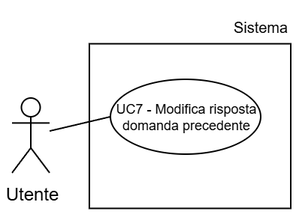
Earlier version of the draw.io export Tutti i documenti/Assets/Diagrammi/UC7.png (AtlasTeam9/Documenti). Source tidied: cells renumbered, new cells last; positions are measured from the earlier drawing's top-left corner, leaving out a move shared by most shapes.
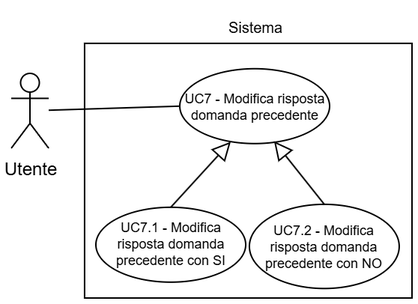
Later version of the same file.

The edit, as a diff of the source:
```diff
@@ -3,19 +3,31 @@
     <mxCell id="0" />
     <mxCell id="1" parent="0" />
     <mxCell id="2" value="Sistema" style="text;html=1;whiteSpace=wrap;strokeColor=none;fillColor=none;align=center;verticalAlign=middle;rounded=0;fontFamily=Helvetica;fontSize=10;fontColor=light-dark(#000000,#000000);labelBackgroundColor=none;" parent="1" vertex="1">
-      <mxGeometry x="144.5" width="41" height="30" as="geometry" />
+      <mxGeometry x="174.5" y="-691.3" width="41" height="30" as="geometry" />
     </mxCell>
     <mxCell id="3" style="whiteSpace=wrap;html=1;strokeColor=light-dark(#000000,#000000);align=center;verticalAlign=top;fontFamily=Helvetica;fontSize=12;fontColor=default;fillColor=light-dark(#FFFFFF,#FFFFFF);strokeWidth=1;" parent="1" vertex="1">
-      <mxGeometry x="51.5" y="26.2" width="134" height="110" as="geometry" />
+      <mxGeometry x="81.5" y="-665" width="218.5" height="170.1" as="geometry" />
     </mxCell>
     <mxCell id="4" value="&lt;font style=&quot;color: light-dark(rgb(0, 0, 0), rgb(0, 0, 0));&quot;&gt;Utente&lt;/font&gt;" style="shape=umlActor;verticalLabelPosition=bottom;verticalAlign=top;html=1;outlineConnect=0;strokeColor=light-dark(#000000,#000000);fillColor=light-dark(#FFFFFF,transparent);" parent="1" vertex="1">
-      <mxGeometry y="62.5" width="25" height="50" as="geometry" />
+      <mxGeometry x="32.5" y="-645" width="25" height="50" as="geometry" />
     </mxCell>
     <mxCell id="5" value="&lt;font style=&quot;color: light-dark(rgb(0, 0, 0), rgb(0, 0, 0)); line-height: 100%;&quot;&gt;UC7 - Modifica risposta domanda precedente&lt;/font&gt;" style="ellipse;whiteSpace=wrap;html=1;strokeColor=light-dark(#000000,#000000);align=center;verticalAlign=middle;fontFamily=Helvetica;fontSize=9;fontColor=default;fillColor=light-dark(#FFFFFF, #ffffff);" parent="1" vertex="1">
-      <mxGeometry x="65.5" y="50" width="100" height="50" as="geometry" />
+      <mxGeometry x="145" y="-648.1" width="100" height="50" as="geometry" />
     </mxCell>
     <mxCell id="6" style="rounded=0;jettySize=auto;html=1;exitX=0;exitY=0.5;exitDx=0;exitDy=0;strokeColor=light-dark(#000000,#000000);endArrow=none;endFill=0;" parent="1" edge="1" source="5" target="4">
       <mxGeometry relative="1" as="geometry" />
     </mxCell>
+    <mxCell id="7" value=" " style="endArrow=block;endFill=0;html=1;rounded=0;strokeWidth=1;entryX=0.34;entryY=0.976;entryDx=0;entryDy=0;exitX=0.5;exitY=0;exitDx=0;exitDy=0;startArrow=none;startFill=0;endSize=10;strokeColor=light-dark(#000000,#000000);entryPerimeter=0;" parent="1" edge="1" source="8" target="5">
+      <mxGeometry relative="1" as="geometry" />
+    </mxCell>
+    <mxCell id="8" value="&lt;font style=&quot;color: light-dark(rgb(0, 0, 0), rgb(0, 0, 0)); line-height: 100%;&quot;&gt;UC7.1 -&amp;nbsp;&lt;/font&gt;&lt;span&gt;&lt;font style=&quot;color: light-dark(rgb(0, 0, 0), rgb(0, 0, 0));&quot;&gt;Modifica risposta domanda precedente con SI&lt;/font&gt;&lt;/span&gt;" style="ellipse;whiteSpace=wrap;html=1;strokeColor=light-dark(#000000,#000000);align=center;verticalAlign=middle;fontFamily=Helvetica;fontSize=9;fontColor=default;fillColor=light-dark(#FFFFFF,#FFFFFF);" parent="1" vertex="1">
+      <mxGeometry x="89" y="-555.6" width="100" height="50" as="geometry" />
+    </mxCell>
+    <mxCell id="9" value="&lt;font style=&quot;color: light-dark(rgb(0, 0, 0), rgb(0, 0, 0)); line-height: 100%;&quot;&gt;UC7.2 -&amp;nbsp;&lt;/font&gt;&lt;span&gt;&lt;font style=&quot;color: light-dark(rgb(0, 0, 0), rgb(0, 0, 0));&quot;&gt;Modifica risposta domanda precedente con NO&lt;/font&gt;&lt;/span&gt;" style="ellipse;whiteSpace=wrap;html=1;strokeColor=light-dark(#000000,#000000);align=center;verticalAlign=middle;fontFamily=Helvetica;fontSize=9;fontColor=default;fillColor=light-dark(#FFFFFF,#FFFFFF);" parent="1" vertex="1">
+      <mxGeometry x="191.5" y="-557.5" width="100" height="56.2" as="geometry" />
+    </mxCell>
+    <mxCell id="10" style="endArrow=block;endFill=0;html=1;rounded=0;strokeWidth=1;entryX=0.629;entryY=0.968;entryDx=0;entryDy=0;entryPerimeter=0;exitX=0.5;exitY=0;exitDx=0;exitDy=0;startArrow=none;startFill=0;endSize=10;strokeColor=light-dark(#000000,#000000);" parent="1" edge="1" source="9" target="5">
+      <mxGeometry relative="1" as="geometry" />
+    </mxCell>
   </root>
 </mxGraphModel>
```
